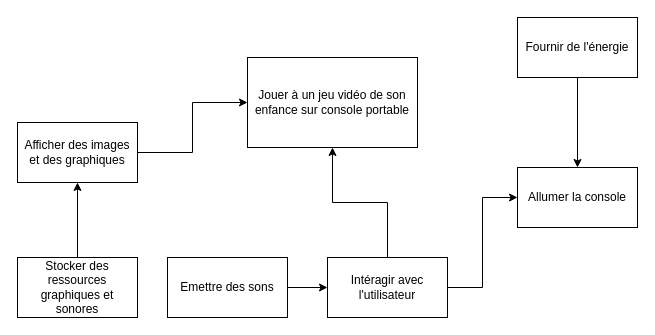
Before: diagramme_fonctionnel.drawio in adam-deruelle/SAE2, a draw.io diagram. Source tidied: cells renumbered, new cells numbered last; positions are measured from the earlier drawing's top-left corner, leaving out a move shared by most shapes. Both pictures are drawn from the tidied source at 100%, with x=0, y=0 at pixel (17, 17).
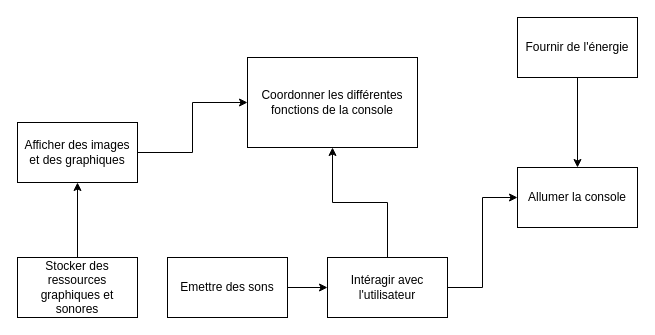
The same diagram, later.

Commit message (it also covers changes not shown here):
Mettre à jour diagramme_fonctionnel.drawio

What changed in the source:
```diff
@@
 <mxGraphModel>
   <root>
     <mxCell id="0" />
     <mxCell id="1" parent="0" />
-    <mxCell id="2" value="Jouer à un jeu vidéo de son enfance sur console portable" style="rounded=0;whiteSpace=wrap;html=1;" parent="1" vertex="1">
+    <mxCell id="2" value="Coordonner les différentes fonctions de la console" style="rounded=0;whiteSpace=wrap;html=1;" parent="1" vertex="1">
       <mxGeometry x="230" y="40" width="170" height="90" as="geometry" />
     </mxCell>
     <mxCell id="3" value="Allumer la console" style="rounded=0;whiteSpace=wrap;html=1;" parent="1" vertex="1">
       <mxGeometry x="500" y="150" width="120" height="60" as="geometry" />
     </mxCell>
     <mxCell id="4" style="edgeStyle=orthogonalEdgeStyle;rounded=0;jettySize=auto;html=1;exitX=1;exitY=0.5;exitDx=0;exitDy=0;entryX=0;entryY=0.5;entryDx=0;entryDy=0;" parent="1" edge="1" source="5" target="2">
       <mxGeometry relative="1" as="geometry" />
     </mxCell>
     <mxCell id="5" value="Afficher des images et des graphiques" style="whiteSpace=wrap;html=1;" parent="1" vertex="1">
       <mxGeometry y="105" width="120" height="60" as="geometry" />
     </mxCell>
     <mxCell id="6" style="edgeStyle=orthogonalEdgeStyle;rounded=0;jettySize=auto;html=1;" parent="1" edge="1" source="7" target="3">
       <mxGeometry relative="1" as="geometry" />
     </mxCell>
     <mxCell id="7" value="Fournir de l'énergie" style="whiteSpace=wrap;html=1;" parent="1" vertex="1">
       <mxGeometry x="500" width="120" height="60" as="geometry" />
     </mxCell>
     <mxCell id="8" style="edgeStyle=orthogonalEdgeStyle;rounded=0;jettySize=auto;html=1;" parent="1" edge="1" source="9" target="14">
       <mxGeometry relative="1" as="geometry" />
     </mxCell>
     <mxCell id="9" value="Emettre des sons" style="whiteSpace=wrap;html=1;" parent="1" vertex="1">
       <mxGeometry x="150" y="240" width="120" height="60" as="geometry" />
     </mxCell>
     <mxCell id="10" style="edgeStyle=orthogonalEdgeStyle;rounded=0;jettySize=auto;html=1;exitX=0.5;exitY=0;exitDx=0;exitDy=0;entryX=0.5;entryY=1;entryDx=0;entryDy=0;" parent="1" edge="1" source="11" target="5">
       <mxGeometry relative="1" as="geometry" />
     </mxCell>
     <mxCell id="11" value="&lt;div&gt;Stocker des ressources graphiques et sonores&lt;/div&gt;" style="whiteSpace=wrap;html=1;" parent="1" vertex="1">
       <mxGeometry y="240" width="120" height="60" as="geometry" />
     </mxCell>
     <mxCell id="12" style="edgeStyle=orthogonalEdgeStyle;rounded=0;jettySize=auto;html=1;exitX=1;exitY=0.5;exitDx=0;exitDy=0;entryX=0;entryY=0.5;entryDx=0;entryDy=0;" parent="1" edge="1" source="14" target="3">
       <mxGeometry relative="1" as="geometry" />
     </mxCell>
     <mxCell id="13" style="edgeStyle=orthogonalEdgeStyle;rounded=0;jettySize=auto;html=1;" parent="1" edge="1" source="14" target="2">
       <mxGeometry relative="1" as="geometry" />
     </mxCell>
     <mxCell id="14" value="&lt;div&gt;Intéragir avec l'utilisateur&lt;/div&gt;" style="whiteSpace=wrap;html=1;" parent="1" vertex="1">
       <mxGeometry x="310" y="240" width="120" height="60" as="geometry" />
     </mxCell>
   </root>
 </mxGraphModel>
```
